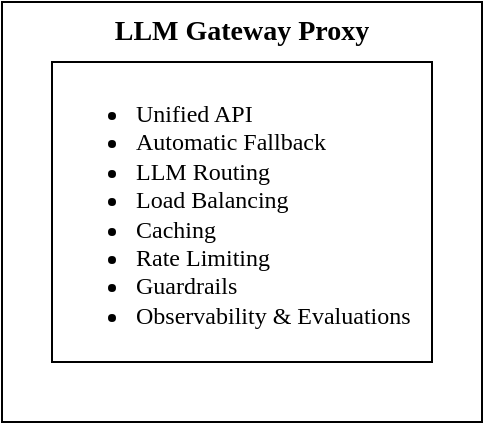
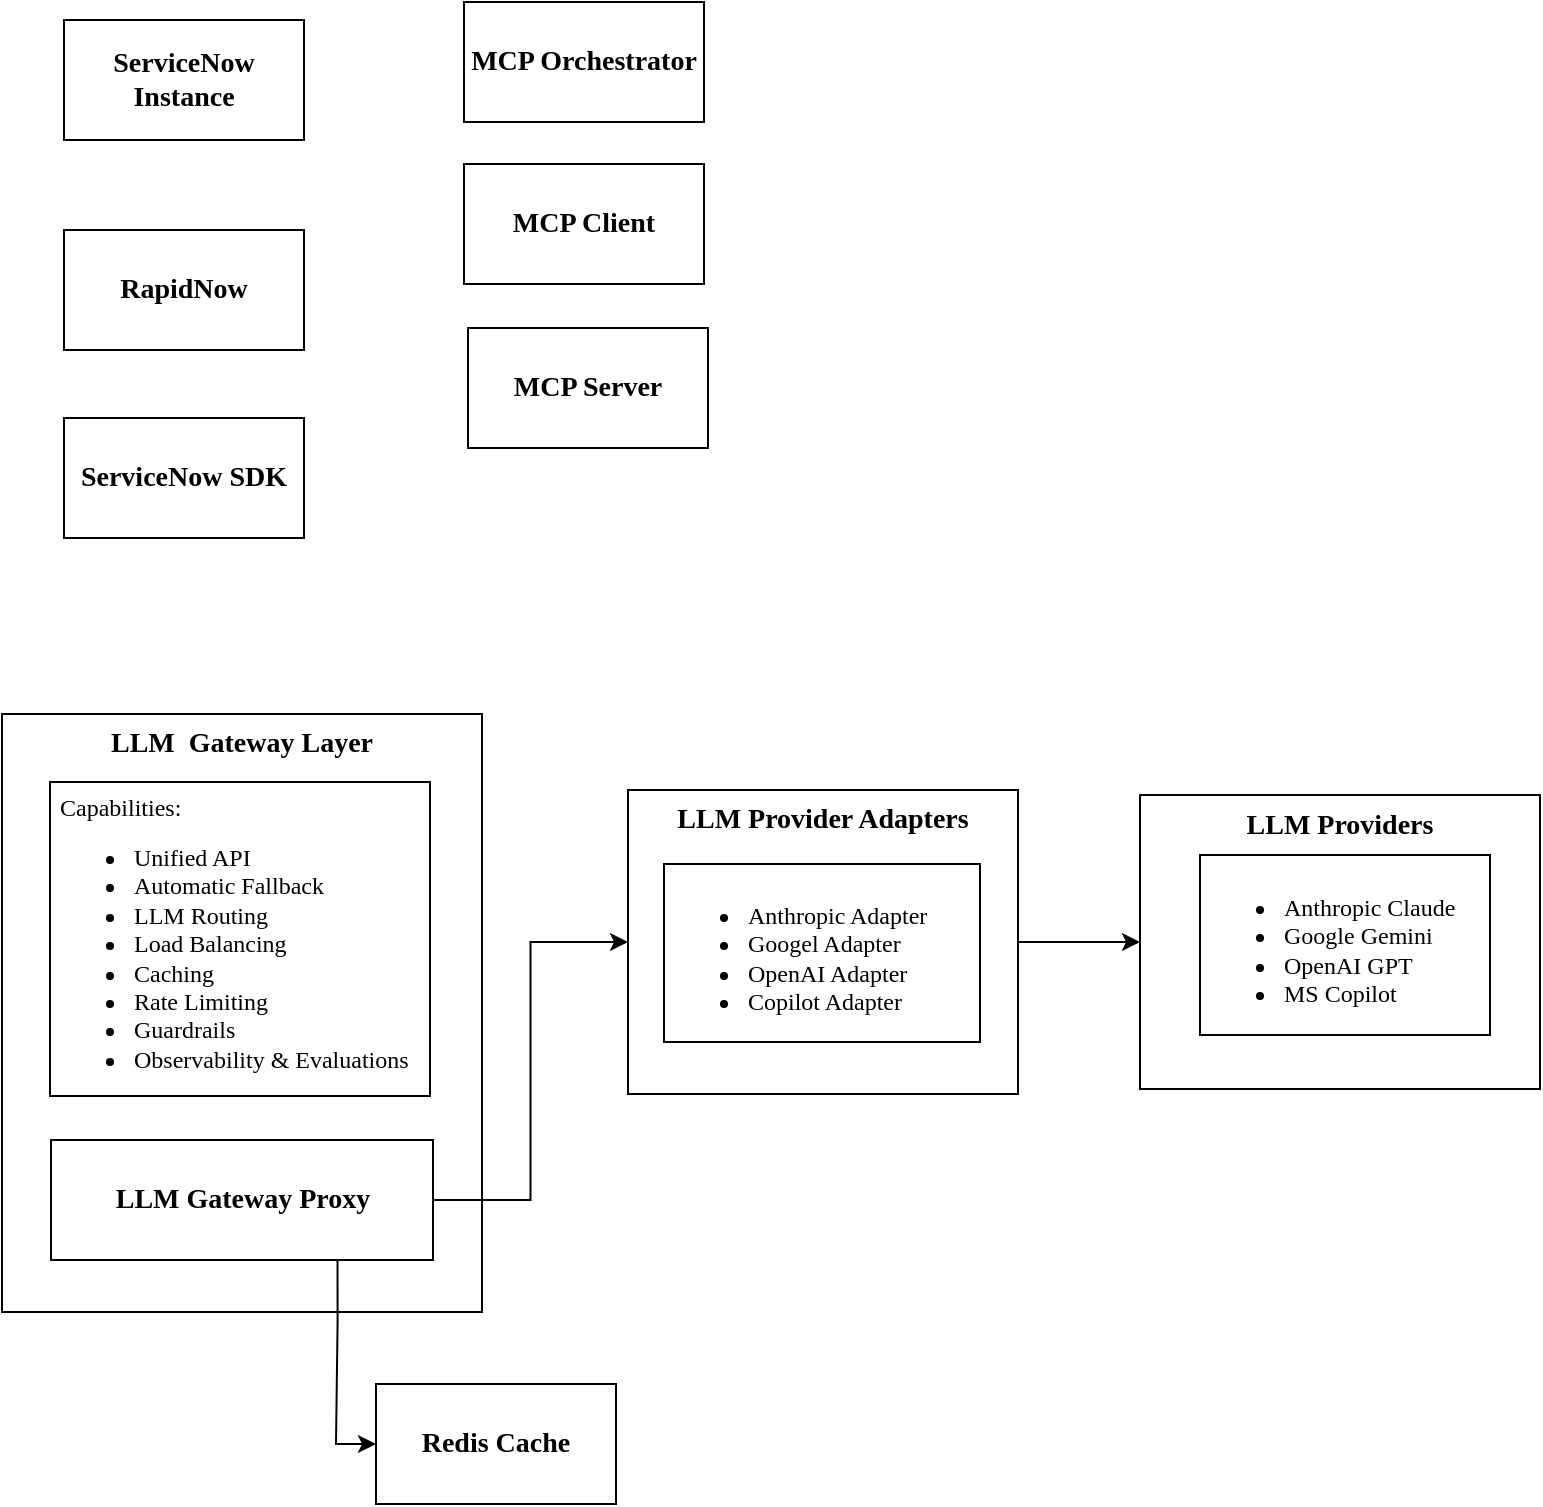
<mxfile host="app.diagrams.net">
  <diagram name="Page-1" id="b4t-OHUZPeLjAcX_frFG">
-     <mxGraphModel dx="737" dy="448" grid="1" gridSize="10" guides="1" tooltips="1" connect="1" arrows="1" fold="1" page="1" pageScale="1" pageWidth="850" pageHeight="1100" math="0" shadow="0">
+     <mxGraphModel dx="1106" dy="671" grid="0" gridSize="10" guides="1" tooltips="1" connect="1" arrows="1" fold="1" page="1" pageScale="1" pageWidth="850" pageHeight="1100" math="0" shadow="0">
      <root>
        <mxCell id="0" />
        <mxCell id="1" parent="0" />
-         <mxCell id="MyxVNCEdh3MRacfrhNUW-3" parent="1" style="rounded=0;whiteSpace=wrap;html=1;fontFamily=Times New Roman;verticalAlign=top;fontSize=14;fontStyle=1;movable=1;resizable=1;rotatable=1;deletable=1;editable=1;locked=0;connectable=1;" value="LLM Gateway Proxy" vertex="1">
-           <mxGeometry height="210" width="240" x="60" y="170" as="geometry" />
+         <mxCell id="zII8FL1W6vDsOD84WCIU-10" edge="1" parent="1" source="zII8FL1W6vDsOD84WCIU-7" style="edgeStyle=orthogonalEdgeStyle;rounded=0;orthogonalLoop=1;jettySize=auto;html=1;exitX=1;exitY=0.5;exitDx=0;exitDy=0;entryX=0;entryY=0.5;entryDx=0;entryDy=0;" target="zII8FL1W6vDsOD84WCIU-1">
+           <mxGeometry relative="1" as="geometry" />
        </mxCell>
-         <mxCell id="MyxVNCEdh3MRacfrhNUW-2" parent="1" style="rounded=0;html=1;verticalAlign=top;labelBorderColor=none;fontFamily=Times New Roman;fontSize=12;align=left;labelBackgroundColor=none;whiteSpace=wrap;" value="&lt;ul style=&quot;&quot;&gt;&lt;li style=&quot;&quot;&gt;&lt;span style=&quot;color: light-dark(rgb(0, 0, 0), rgb(255, 255, 255));&quot;&gt;Unified API&lt;/span&gt;&lt;/li&gt;&lt;li style=&quot;&quot;&gt;Automatic Fallback&amp;nbsp;&lt;/li&gt;&lt;li style=&quot;&quot;&gt;LLM Routing&lt;/li&gt;&lt;li style=&quot;&quot;&gt;Load Balancing&lt;/li&gt;&lt;li style=&quot;&quot;&gt;Caching&lt;/li&gt;&lt;li style=&quot;&quot;&gt;Rate Limiting&lt;/li&gt;&lt;li style=&quot;&quot;&gt;Guardrails&lt;/li&gt;&lt;li style=&quot;&quot;&gt;Observability &amp;amp; Evaluations&lt;/li&gt;&lt;/ul&gt;" vertex="1">
-           <mxGeometry height="150" width="190" x="85" y="200" as="geometry" />
+         <mxCell id="zII8FL1W6vDsOD84WCIU-7" parent="1" style="rounded=0;whiteSpace=wrap;html=1;fontFamily=Times New Roman;fontStyle=1;fontSize=14;verticalAlign=top;" value="LLM Provider Adapters" vertex="1">
+           <mxGeometry height="152" width="195" x="359" y="624" as="geometry" />
+         </mxCell>
+         <mxCell id="zII8FL1W6vDsOD84WCIU-1" parent="1" style="rounded=0;whiteSpace=wrap;html=1;fontFamily=Times New Roman;fontSize=14;fontStyle=1;verticalAlign=top;" value="LLM Providers" vertex="1">
+           <mxGeometry height="147" width="200" x="615" y="626.5" as="geometry" />
+         </mxCell>
+         <mxCell id="MyxVNCEdh3MRacfrhNUW-3" parent="1" style="rounded=0;whiteSpace=wrap;html=1;fontFamily=Times New Roman;verticalAlign=top;fontSize=14;fontStyle=1;movable=1;resizable=1;rotatable=1;deletable=1;editable=1;locked=0;connectable=1;" value="LLM&amp;nbsp; Gateway Layer" vertex="1">
+           <mxGeometry height="299" width="240" x="46" y="586" as="geometry" />
+         </mxCell>
+         <mxCell id="MyxVNCEdh3MRacfrhNUW-2" parent="1" style="rounded=0;html=1;verticalAlign=top;labelBorderColor=none;fontFamily=Times New Roman;fontSize=12;align=left;labelBackgroundColor=none;whiteSpace=wrap;" value="&lt;div style=&quot;line-height: 100%;&quot;&gt;&lt;span style=&quot;background-color: transparent; color: light-dark(rgb(0, 0, 0), rgb(255, 255, 255));&quot;&gt;&amp;nbsp;Capabilities:&lt;/span&gt;&lt;/div&gt;&lt;ul&gt;&lt;li&gt;&lt;span style=&quot;color: light-dark(rgb(0, 0, 0), rgb(255, 255, 255));&quot;&gt;Unified API&lt;/span&gt;&lt;/li&gt;&lt;li&gt;Automatic Fallback&amp;nbsp;&lt;/li&gt;&lt;li style=&quot;&quot;&gt;LLM Routing&lt;/li&gt;&lt;li style=&quot;&quot;&gt;Load Balancing&lt;/li&gt;&lt;li style=&quot;&quot;&gt;Caching&lt;/li&gt;&lt;li style=&quot;&quot;&gt;Rate Limiting&lt;/li&gt;&lt;li style=&quot;&quot;&gt;Guardrails&lt;/li&gt;&lt;li style=&quot;&quot;&gt;Observability &amp;amp; Evaluations&lt;/li&gt;&lt;/ul&gt;" vertex="1">
+           <mxGeometry height="157" width="190" x="70" y="620" as="geometry" />
+         </mxCell>
+         <mxCell id="zII8FL1W6vDsOD84WCIU-2" parent="1" style="rounded=0;whiteSpace=wrap;html=1;fontFamily=Times New Roman;verticalAlign=top;align=left;" value="&lt;ul&gt;&lt;li&gt;Anthropic Claude&lt;/li&gt;&lt;li&gt;Google Gemini&lt;/li&gt;&lt;li&gt;OpenAI GPT&lt;/li&gt;&lt;li&gt;MS Copilot&lt;/li&gt;&lt;/ul&gt;" vertex="1">
+           <mxGeometry height="90" width="145" x="645" y="656.5" as="geometry" />
+         </mxCell>
+         <mxCell id="zII8FL1W6vDsOD84WCIU-9" edge="1" parent="1" source="zII8FL1W6vDsOD84WCIU-3" style="edgeStyle=orthogonalEdgeStyle;rounded=0;orthogonalLoop=1;jettySize=auto;html=1;exitX=1;exitY=0.5;exitDx=0;exitDy=0;entryX=0;entryY=0.5;entryDx=0;entryDy=0;" target="zII8FL1W6vDsOD84WCIU-7">
+           <mxGeometry relative="1" as="geometry" />
+         </mxCell>
+         <mxCell id="zII8FL1W6vDsOD84WCIU-18" edge="1" parent="1" source="zII8FL1W6vDsOD84WCIU-3" style="edgeStyle=orthogonalEdgeStyle;rounded=0;orthogonalLoop=1;jettySize=auto;html=1;exitX=0.75;exitY=1;exitDx=0;exitDy=0;entryX=0;entryY=0.5;entryDx=0;entryDy=0;" target="zII8FL1W6vDsOD84WCIU-17">
+           <mxGeometry relative="1" as="geometry" />
+         </mxCell>
+         <mxCell id="zII8FL1W6vDsOD84WCIU-3" parent="1" style="rounded=0;whiteSpace=wrap;html=1;" value="&lt;span style=&quot;font-family: &amp;quot;Times New Roman&amp;quot;; font-size: 14px; font-weight: 700;&quot;&gt;LLM Gateway Proxy&lt;/span&gt;" vertex="1">
+           <mxGeometry height="60" width="191" x="70.5" y="799" as="geometry" />
+         </mxCell>
+         <mxCell id="zII8FL1W6vDsOD84WCIU-6" parent="1" style="rounded=0;whiteSpace=wrap;html=1;fontFamily=Times New Roman;fontSize=14;fontStyle=1;verticalAlign=middle;" value="RapidNow" vertex="1">
+           <mxGeometry height="60" width="120" x="77" y="344" as="geometry" />
+         </mxCell>
+         <mxCell id="zII8FL1W6vDsOD84WCIU-8" parent="1" style="rounded=0;whiteSpace=wrap;html=1;fontFamily=Times New Roman;align=left;verticalAlign=top;" value="&lt;ul&gt;&lt;li&gt;Anthropic Adapter&amp;nbsp;&lt;/li&gt;&lt;li&gt;Googel Adapter&lt;/li&gt;&lt;li&gt;OpenAI Adapter&amp;nbsp;&lt;/li&gt;&lt;li&gt;Copilot Adapter&lt;/li&gt;&lt;/ul&gt;" vertex="1">
+           <mxGeometry height="89" width="158" x="377" y="661" as="geometry" />
+         </mxCell>
+         <mxCell id="zII8FL1W6vDsOD84WCIU-11" parent="1" style="rounded=0;whiteSpace=wrap;html=1;fontFamily=Times New Roman;fontSize=14;fontStyle=1;verticalAlign=middle;" value="ServiceNow Instance" vertex="1">
+           <mxGeometry height="60" width="120" x="77" y="239" as="geometry" />
+         </mxCell>
+         <mxCell id="zII8FL1W6vDsOD84WCIU-12" parent="1" style="rounded=0;whiteSpace=wrap;html=1;fontFamily=Times New Roman;fontSize=14;fontStyle=1;verticalAlign=middle;" value="MCP Orchestrator" vertex="1">
+           <mxGeometry height="60" width="120" x="277" y="230" as="geometry" />
+         </mxCell>
+         <mxCell id="zII8FL1W6vDsOD84WCIU-13" parent="1" style="rounded=0;whiteSpace=wrap;html=1;fontFamily=Times New Roman;fontSize=14;fontStyle=1;verticalAlign=middle;" value="MCP Client" vertex="1">
+           <mxGeometry height="60" width="120" x="277" y="311" as="geometry" />
+         </mxCell>
+         <mxCell id="zII8FL1W6vDsOD84WCIU-14" parent="1" style="rounded=0;whiteSpace=wrap;html=1;fontFamily=Times New Roman;fontSize=14;fontStyle=1;verticalAlign=middle;" value="MCP Server" vertex="1">
+           <mxGeometry height="60" width="120" x="279" y="393" as="geometry" />
+         </mxCell>
+         <mxCell id="zII8FL1W6vDsOD84WCIU-15" parent="1" style="rounded=0;whiteSpace=wrap;html=1;fontFamily=Times New Roman;fontSize=14;fontStyle=1;verticalAlign=middle;" value="ServiceNow SDK" vertex="1">
+           <mxGeometry height="60" width="120" x="77" y="438" as="geometry" />
+         </mxCell>
+         <mxCell id="zII8FL1W6vDsOD84WCIU-17" parent="1" style="rounded=0;whiteSpace=wrap;html=1;fontFamily=Times New Roman;fontSize=14;fontStyle=1;verticalAlign=middle;" value="Redis Cache" vertex="1">
+           <mxGeometry height="60" width="120" x="233" y="921" as="geometry" />
        </mxCell>
      </root>
    </mxGraphModel>
  </diagram>
</mxfile>
